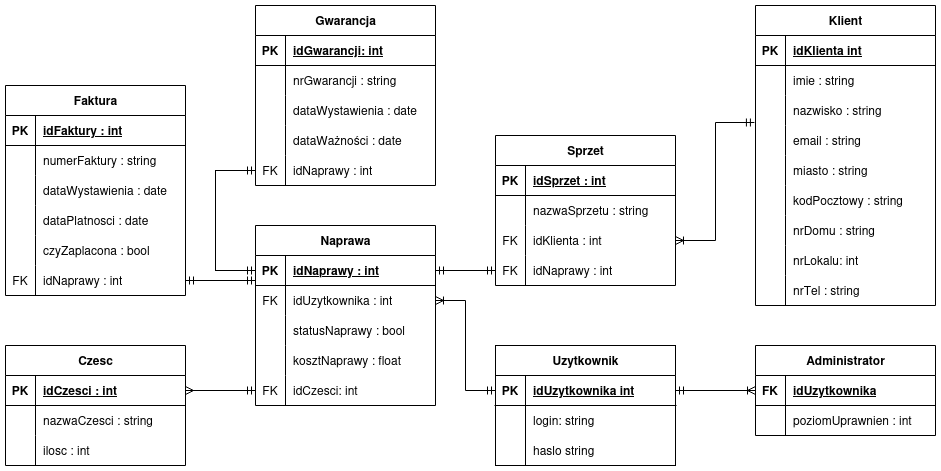
Above: DiagramTabelBazyDanych.png in krystianczajkowski/ProjektowanieSystemowInformatycznych (draw.io), before the change. Source tidied: cells renumbered, new cells last; positions are measured from the earlier drawing's top-left corner, leaving out a move shared by most shapes.
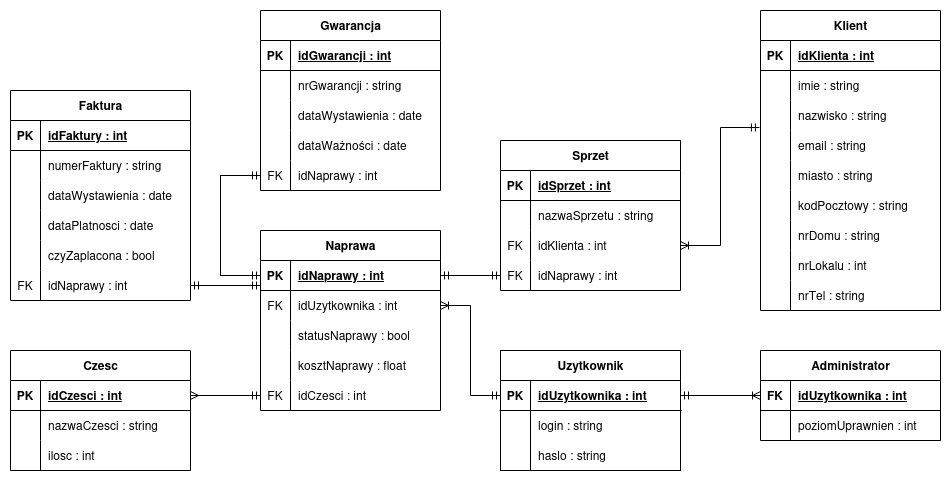
After the commit.

Commit message:
poprawa stylistyczna

What changed in the source:
```diff
@@ -19,7 +19,7 @@
     <mxCell id="5" value="PK" style="shape=partialRectangle;fillColor=none;top=0;left=0;bottom=0;right=0;fontStyle=1;overflow=hidden;whiteSpace=wrap;html=1;" parent="4" vertex="1">
       <mxGeometry width="30" height="30" as="geometry" />
     </mxCell>
-    <mxCell id="6" value="idUzytkownika int" style="shape=partialRectangle;fillColor=none;top=0;left=0;bottom=0;right=0;align=left;spacingLeft=6;fontStyle=5;overflow=hidden;whiteSpace=wrap;html=1;" parent="4" vertex="1">
+    <mxCell id="6" value="idUzytkownika : int" style="shape=partialRectangle;fillColor=none;top=0;left=0;bottom=0;right=0;align=left;spacingLeft=6;fontStyle=5;overflow=hidden;whiteSpace=wrap;html=1;" parent="4" vertex="1">
       <mxGeometry x="30" width="150" height="30" as="geometry" />
     </mxCell>
     <mxCell id="7" style="shape=tableRow;horizontal=0;startSize=0;swimlaneHead=0;swimlaneBody=0;fillColor=none;top=0;left=0;right=0;bottom=0;" parent="3" vertex="1">
@@ -28,7 +28,7 @@
     <mxCell id="8" style="shape=partialRectangle;fillColor=none;top=0;left=0;bottom=0;right=0;overflow=hidden;whiteSpace=wrap;html=1;" parent="7" vertex="1">
       <mxGeometry width="30" height="30" as="geometry" />
     </mxCell>
-    <mxCell id="9" value="login: string" style="shape=partialRectangle;fillColor=none;top=0;left=0;bottom=0;right=0;align=left;spacingLeft=6;overflow=hidden;whiteSpace=wrap;html=1;" parent="7" vertex="1">
+    <mxCell id="9" value="login : string" style="shape=partialRectangle;fillColor=none;top=0;left=0;bottom=0;right=0;align=left;spacingLeft=6;overflow=hidden;whiteSpace=wrap;html=1;" parent="7" vertex="1">
       <mxGeometry x="30" width="150" height="30" as="geometry" />
     </mxCell>
     <mxCell id="10" style="shape=tableRow;horizontal=0;startSize=0;swimlaneHead=0;swimlaneBody=0;fillColor=none;top=0;left=0;right=0;bottom=0;" parent="3" vertex="1">
@@ -37,7 +37,7 @@
     <mxCell id="11" style="shape=partialRectangle;fillColor=none;top=0;left=0;bottom=0;right=0;overflow=hidden;whiteSpace=wrap;html=1;" parent="10" vertex="1">
       <mxGeometry width="30" height="30" as="geometry" />
     </mxCell>
-    <mxCell id="12" value="haslo string" style="shape=partialRectangle;fillColor=none;top=0;left=0;bottom=0;right=0;align=left;spacingLeft=6;overflow=hidden;whiteSpace=wrap;html=1;" parent="10" vertex="1">
+    <mxCell id="12" value="haslo : string" style="shape=partialRectangle;fillColor=none;top=0;left=0;bottom=0;right=0;align=left;spacingLeft=6;overflow=hidden;whiteSpace=wrap;html=1;" parent="10" vertex="1">
       <mxGeometry x="30" width="150" height="30" as="geometry" />
     </mxCell>
     <mxCell id="13" style="fontSize=12;html=1;endArrow=ERoneToMany;rounded=0;exitX=1;exitY=0.5;exitDx=0;exitDy=0;entryX=0;entryY=0.5;entryDx=0;entryDy=0;startArrow=ERmandOne;startFill=0;" parent="1" edge="1" source="4" target="15">
@@ -52,7 +52,7 @@
     <mxCell id="16" value="FK" style="shape=partialRectangle;fillColor=none;top=0;left=0;bottom=0;right=0;fontStyle=1;overflow=hidden;whiteSpace=wrap;html=1;" parent="15" vertex="1">
       <mxGeometry width="30" height="30" as="geometry" />
     </mxCell>
-    <mxCell id="17" value="idUzytkownika" style="shape=partialRectangle;fillColor=none;top=0;left=0;bottom=0;right=0;align=left;spacingLeft=6;fontStyle=5;overflow=hidden;whiteSpace=wrap;html=1;" parent="15" vertex="1">
+    <mxCell id="17" value="idUzytkownika : int" style="shape=partialRectangle;fillColor=none;top=0;left=0;bottom=0;right=0;align=left;spacingLeft=6;fontStyle=5;overflow=hidden;whiteSpace=wrap;html=1;" parent="15" vertex="1">
       <mxGeometry x="30" width="150" height="30" as="geometry" />
     </mxCell>
     <mxCell id="18" style="shape=tableRow;horizontal=0;startSize=0;swimlaneHead=0;swimlaneBody=0;fillColor=none;top=0;left=0;right=0;bottom=0;" parent="14" vertex="1">
@@ -73,7 +73,7 @@
     <mxCell id="23" value="PK" style="shape=partialRectangle;fillColor=none;top=0;left=0;bottom=0;right=0;fontStyle=1;overflow=hidden;whiteSpace=wrap;html=1;" parent="22" vertex="1">
       <mxGeometry width="30" height="30" as="geometry" />
     </mxCell>
-    <mxCell id="24" value="idKlienta int" style="shape=partialRectangle;fillColor=none;top=0;left=0;bottom=0;right=0;align=left;spacingLeft=6;fontStyle=5;overflow=hidden;whiteSpace=wrap;html=1;" parent="22" vertex="1">
+    <mxCell id="24" value="idKlienta : int" style="shape=partialRectangle;fillColor=none;top=0;left=0;bottom=0;right=0;align=left;spacingLeft=6;fontStyle=5;overflow=hidden;whiteSpace=wrap;html=1;" parent="22" vertex="1">
       <mxGeometry x="30" width="150" height="30" as="geometry" />
     </mxCell>
     <mxCell id="25" style="shape=tableRow;horizontal=0;startSize=0;swimlaneHead=0;swimlaneBody=0;fillColor=none;top=0;left=0;right=0;bottom=0;" parent="21" vertex="1">
@@ -136,7 +136,7 @@
     <mxCell id="44" style="shape=partialRectangle;fillColor=none;top=0;left=0;bottom=0;right=0;overflow=hidden;whiteSpace=wrap;html=1;" parent="43" vertex="1">
       <mxGeometry width="30" height="30" as="geometry" />
     </mxCell>
-    <mxCell id="45" value="nrLokalu: int" style="shape=partialRectangle;fillColor=none;top=0;left=0;bottom=0;right=0;align=left;spacingLeft=6;overflow=hidden;whiteSpace=wrap;html=1;" parent="43" vertex="1">
+    <mxCell id="45" value="nrLokalu : int" style="shape=partialRectangle;fillColor=none;top=0;left=0;bottom=0;right=0;align=left;spacingLeft=6;overflow=hidden;whiteSpace=wrap;html=1;" parent="43" vertex="1">
       <mxGeometry x="30" width="150" height="30" as="geometry" />
     </mxCell>
     <mxCell id="46" style="shape=tableRow;horizontal=0;startSize=0;swimlaneHead=0;swimlaneBody=0;fillColor=none;top=0;left=0;right=0;bottom=0;" parent="21" vertex="1">
@@ -193,7 +193,7 @@
     <mxCell id="63" value="FK" style="shape=partialRectangle;fillColor=none;top=0;left=0;bottom=0;right=0;overflow=hidden;whiteSpace=wrap;html=1;" parent="62" vertex="1">
       <mxGeometry width="30" height="30" as="geometry" />
     </mxCell>
-    <mxCell id="64" value="idCzesci: int" style="shape=partialRectangle;fillColor=none;top=0;left=0;bottom=0;right=0;align=left;spacingLeft=6;overflow=hidden;whiteSpace=wrap;html=1;" parent="62" vertex="1">
+    <mxCell id="64" value="idCzesci : int" style="shape=partialRectangle;fillColor=none;top=0;left=0;bottom=0;right=0;align=left;spacingLeft=6;overflow=hidden;whiteSpace=wrap;html=1;" parent="62" vertex="1">
       <mxGeometry x="30" width="150" height="30" as="geometry" />
     </mxCell>
     <mxCell id="65" style="edgeStyle=entityRelationEdgeStyle;fontSize=12;html=1;endArrow=ERoneToMany;startArrow=ERmandOne;rounded=0;exitX=0;exitY=0.5;exitDx=0;exitDy=0;entryX=1;entryY=0.5;entryDx=0;entryDy=0;" parent="1" edge="1" source="4" target="53">
@@ -273,7 +273,7 @@
     <mxCell id="88" value="PK" style="shape=partialRectangle;fillColor=none;top=0;left=0;bottom=0;right=0;fontStyle=1;overflow=hidden;whiteSpace=wrap;html=1;" parent="87" vertex="1">
       <mxGeometry width="30" height="30" as="geometry" />
     </mxCell>
-    <mxCell id="89" value="idGwarancji: int" style="shape=partialRectangle;fillColor=none;top=0;left=0;bottom=0;right=0;align=left;spacingLeft=6;fontStyle=5;overflow=hidden;whiteSpace=wrap;html=1;" parent="87" vertex="1">
+    <mxCell id="89" value="idGwarancji : int" style="shape=partialRectangle;fillColor=none;top=0;left=0;bottom=0;right=0;align=left;spacingLeft=6;fontStyle=5;overflow=hidden;whiteSpace=wrap;html=1;" parent="87" vertex="1">
       <mxGeometry x="30" width="150" height="30" as="geometry" />
     </mxCell>
     <mxCell id="90" style="shape=tableRow;horizontal=0;startSize=0;swimlaneHead=0;swimlaneBody=0;fillColor=none;top=0;left=0;right=0;bottom=0;" parent="86" vertex="1">
```
